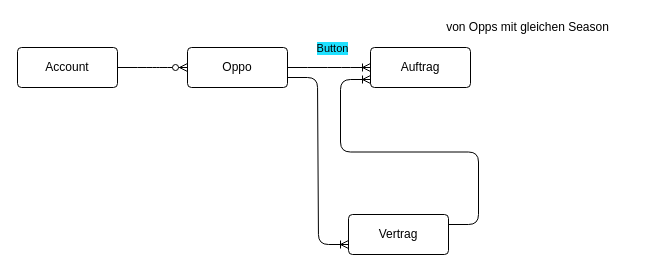
This is Übung SF II.drawio from tuannguyenvn/DrawIO, a draw.io file, before an edit. Source tidied: cells renumbered, new cells numbered last; positions are measured from the earlier drawing's top-left corner, leaving out a move shared by most shapes. Both pictures are drawn from the tidied source at 100%, with x=0, y=0 at pixel (17, 17).
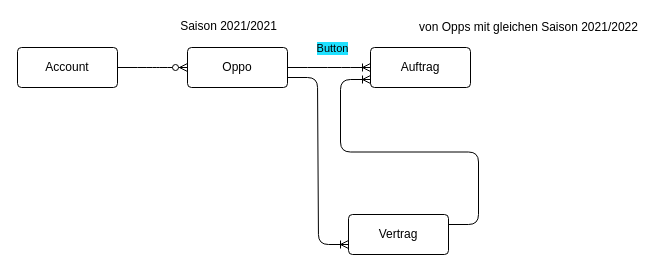
The same diagram, later.

What changed in the source:
```diff
@@
 <mxGraphModel>
   <root>
     <mxCell id="0" />
     <mxCell id="1" parent="0" />
     <mxCell id="2" value="Oppo" style="rounded=1;arcSize=10;whiteSpace=wrap;html=1;align=center;" parent="1" vertex="1">
       <mxGeometry x="170" y="30" width="100" height="40" as="geometry" />
     </mxCell>
     <mxCell id="3" value="Auftrag" style="rounded=1;arcSize=10;whiteSpace=wrap;html=1;align=center;" parent="1" vertex="1">
       <mxGeometry x="353" y="30" width="100" height="40" as="geometry" />
     </mxCell>
     <mxCell id="4" value="Account" style="rounded=1;arcSize=10;whiteSpace=wrap;html=1;align=center;" parent="1" vertex="1">
       <mxGeometry y="30" width="100" height="40" as="geometry" />
     </mxCell>
     <mxCell id="5" style="edgeStyle=entityRelationEdgeStyle;fontSize=12;html=1;endArrow=ERzeroToMany;endFill=1;entryX=0;entryY=0.5;entryDx=0;entryDy=0;exitX=1;exitY=0.5;exitDx=0;exitDy=0;" parent="1" edge="1" source="4" target="2">
       <mxGeometry relative="1" as="geometry" />
     </mxCell>
     <mxCell id="6" value="Vertrag" style="rounded=1;arcSize=10;whiteSpace=wrap;html=1;align=center;" parent="1" vertex="1">
       <mxGeometry x="331" y="197" width="100" height="40" as="geometry" />
     </mxCell>
     <mxCell id="7" style="edgeStyle=entityRelationEdgeStyle;fontSize=12;html=1;endArrow=ERoneToMany;exitX=1;exitY=0.5;exitDx=0;exitDy=0;entryX=0;entryY=0.5;entryDx=0;entryDy=0;" parent="1" edge="1" source="2" target="3">
       <mxGeometry relative="1" as="geometry" />
     </mxCell>
     <mxCell id="8" value="Button" style="edgeLabel;html=1;align=center;verticalAlign=middle;labelBackgroundColor=#1FE1FF;" parent="7" vertex="1">
       <mxGeometry x="0.06" y="3" relative="1" as="geometry">
         <mxPoint y="-17" as="offset" />
       </mxGeometry>
     </mxCell>
     <mxCell id="9" style="edgeStyle=entityRelationEdgeStyle;fontSize=12;html=1;endArrow=ERoneToMany;entryX=0;entryY=0.75;entryDx=0;entryDy=0;exitX=1;exitY=0.75;exitDx=0;exitDy=0;" parent="1" edge="1" source="2" target="6">
       <mxGeometry relative="1" as="geometry" />
     </mxCell>
     <mxCell id="10" style="edgeStyle=entityRelationEdgeStyle;fontSize=12;html=1;endArrow=ERoneToMany;exitX=1;exitY=0.25;exitDx=0;exitDy=0;" parent="1" edge="1" source="6">
       <mxGeometry relative="1" as="geometry">
         <mxPoint x="353" y="62" as="targetPoint" />
       </mxGeometry>
     </mxCell>
-    <mxCell id="11" value="von Opps mit gleichen Season" style="text;html=1;align=center;verticalAlign=middle;strokeColor=none;" parent="1" vertex="1">
-      <mxGeometry x="420" width="180" height="20" as="geometry" />
+    <mxCell id="11" value="von Opps mit gleichen Saison 2021/2022" style="text;html=1;align=center;verticalAlign=middle;strokeColor=none;" parent="1" vertex="1">
+      <mxGeometry x="396" y="1" width="229" height="18" as="geometry" />
     </mxCell>
+    <mxCell id="12" value="Saison 2021/2021" style="text;html=1;align=center;verticalAlign=middle;strokeColor=none;" parent="1" vertex="1">
+      <mxGeometry x="157" width="107" height="18" as="geometry" />
+    </mxCell>
   </root>
 </mxGraphModel>
```
